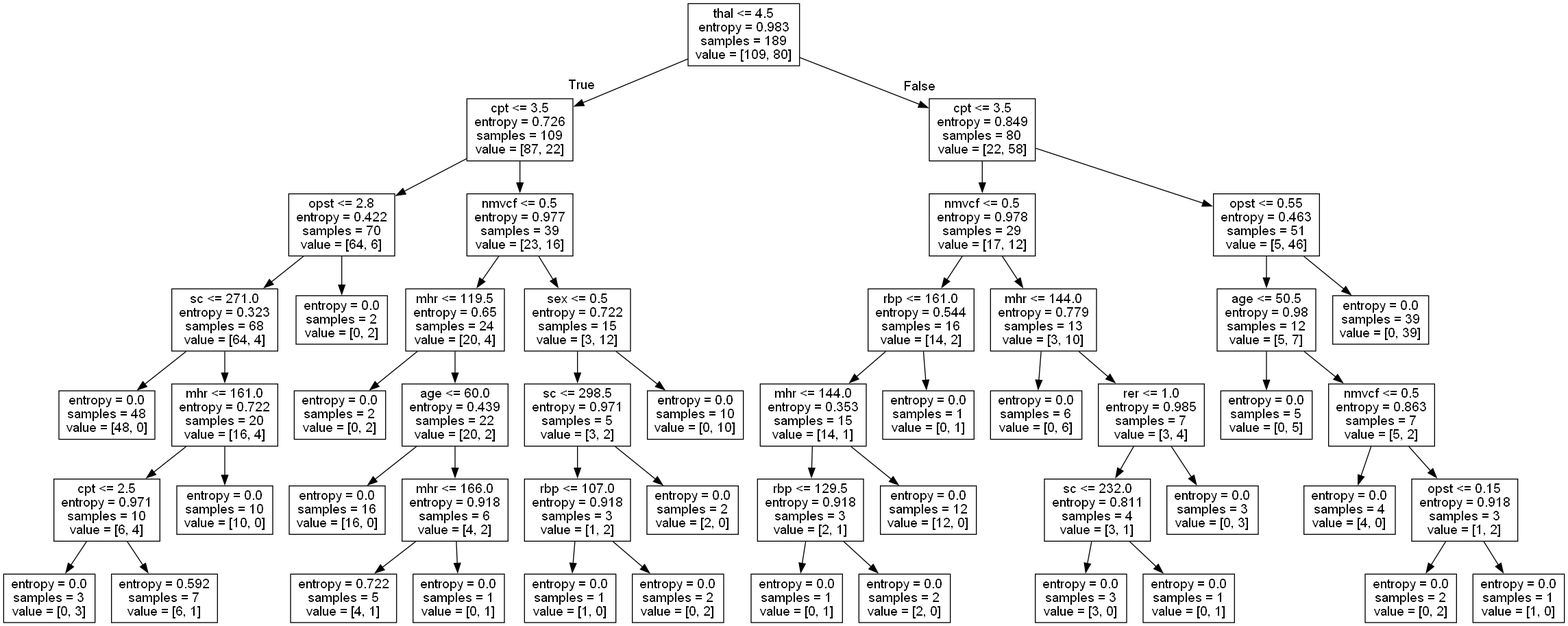
This is projects/proj-1/tree.dot.png from ahmedsomaa/python-for-rapid-engineering-solutions, a Graphviz export, as it was before one commit. Its source is kept beside it as projects/proj-1/tree.dot. Source of this version:
```dot
digraph Tree {
node [shape=box, fontname="helvetica"] ;
edge [fontname="helvetica"] ;
0 [label="thal <= 4.5\nentropy = 0.983\nsamples = 189\nvalue = [109, 80]"] ;
1 [label="cpt <= 3.5\nentropy = 0.726\nsamples = 109\nvalue = [87, 22]"] ;
0 -> 1 [labeldistance=2.5, labelangle=45, headlabel="True"] ;
2 [label="opst <= 2.8\nentropy = 0.422\nsamples = 70\nvalue = [64, 6]"] ;
1 -> 2 ;
3 [label="sc <= 271.0\nentropy = 0.323\nsamples = 68\nvalue = [64, 4]"] ;
2 -> 3 ;
4 [label="entropy = 0.0\nsamples = 48\nvalue = [48, 0]"] ;
3 -> 4 ;
5 [label="mhr <= 161.0\nentropy = 0.722\nsamples = 20\nvalue = [16, 4]"] ;
3 -> 5 ;
6 [label="cpt <= 2.5\nentropy = 0.971\nsamples = 10\nvalue = [6, 4]"] ;
5 -> 6 ;
7 [label="entropy = 0.0\nsamples = 3\nvalue = [0, 3]"] ;
6 -> 7 ;
8 [label="entropy = 0.592\nsamples = 7\nvalue = [6, 1]"] ;
6 -> 8 ;
9 [label="entropy = 0.0\nsamples = 10\nvalue = [10, 0]"] ;
5 -> 9 ;
10 [label="entropy = 0.0\nsamples = 2\nvalue = [0, 2]"] ;
2 -> 10 ;
11 [label="nmvcf <= 0.5\nentropy = 0.977\nsamples = 39\nvalue = [23, 16]"] ;
1 -> 11 ;
12 [label="mhr <= 119.5\nentropy = 0.65\nsamples = 24\nvalue = [20, 4]"] ;
11 -> 12 ;
13 [label="entropy = 0.0\nsamples = 2\nvalue = [0, 2]"] ;
12 -> 13 ;
14 [label="age <= 60.0\nentropy = 0.439\nsamples = 22\nvalue = [20, 2]"] ;
12 -> 14 ;
15 [label="entropy = 0.0\nsamples = 16\nvalue = [16, 0]"] ;
14 -> 15 ;
16 [label="mhr <= 166.0\nentropy = 0.918\nsamples = 6\nvalue = [4, 2]"] ;
14 -> 16 ;
17 [label="entropy = 0.722\nsamples = 5\nvalue = [4, 1]"] ;
16 -> 17 ;
18 [label="entropy = 0.0\nsamples = 1\nvalue = [0, 1]"] ;
16 -> 18 ;
19 [label="sex <= 0.5\nentropy = 0.722\nsamples = 15\nvalue = [3, 12]"] ;
11 -> 19 ;
20 [label="sc <= 298.5\nentropy = 0.971\nsamples = 5\nvalue = [3, 2]"] ;
19 -> 20 ;
21 [label="rbp <= 107.0\nentropy = 0.918\nsamples = 3\nvalue = [1, 2]"] ;
20 -> 21 ;
22 [label="entropy = 0.0\nsamples = 1\nvalue = [1, 0]"] ;
21 -> 22 ;
23 [label="entropy = 0.0\nsamples = 2\nvalue = [0, 2]"] ;
21 -> 23 ;
24 [label="entropy = 0.0\nsamples = 2\nvalue = [2, 0]"] ;
20 -> 24 ;
25 [label="entropy = 0.0\nsamples = 10\nvalue = [0, 10]"] ;
19 -> 25 ;
26 [label="cpt <= 3.5\nentropy = 0.849\nsamples = 80\nvalue = [22, 58]"] ;
0 -> 26 [labeldistance=2.5, labelangle=-45, headlabel="False"] ;
27 [label="nmvcf <= 0.5\nentropy = 0.978\nsamples = 29\nvalue = [17, 12]"] ;
26 -> 27 ;
28 [label="rbp <= 161.0\nentropy = 0.544\nsamples = 16\nvalue = [14, 2]"] ;
27 -> 28 ;
29 [label="mhr <= 144.0\nentropy = 0.353\nsamples = 15\nvalue = [14, 1]"] ;
28 -> 29 ;
30 [label="rbp <= 129.5\nentropy = 0.918\nsamples = 3\nvalue = [2, 1]"] ;
29 -> 30 ;
31 [label="entropy = 0.0\nsamples = 1\nvalue = [0, 1]"] ;
30 -> 31 ;
32 [label="entropy = 0.0\nsamples = 2\nvalue = [2, 0]"] ;
30 -> 32 ;
33 [label="entropy = 0.0\nsamples = 12\nvalue = [12, 0]"] ;
29 -> 33 ;
34 [label="entropy = 0.0\nsamples = 1\nvalue = [0, 1]"] ;
28 -> 34 ;
35 [label="mhr <= 144.0\nentropy = 0.779\nsamples = 13\nvalue = [3, 10]"] ;
27 -> 35 ;
36 [label="entropy = 0.0\nsamples = 6\nvalue = [0, 6]"] ;
35 -> 36 ;
37 [label="rer <= 1.0\nentropy = 0.985\nsamples = 7\nvalue = [3, 4]"] ;
35 -> 37 ;
38 [label="sc <= 232.0\nentropy = 0.811\nsamples = 4\nvalue = [3, 1]"] ;
37 -> 38 ;
39 [label="entropy = 0.0\nsamples = 3\nvalue = [3, 0]"] ;
38 -> 39 ;
40 [label="entropy = 0.0\nsamples = 1\nvalue = [0, 1]"] ;
38 -> 40 ;
41 [label="entropy = 0.0\nsamples = 3\nvalue = [0, 3]"] ;
37 -> 41 ;
42 [label="opst <= 0.55\nentropy = 0.463\nsamples = 51\nvalue = [5, 46]"] ;
26 -> 42 ;
43 [label="age <= 50.5\nentropy = 0.98\nsamples = 12\nvalue = [5, 7]"] ;
42 -> 43 ;
44 [label="entropy = 0.0\nsamples = 5\nvalue = [0, 5]"] ;
43 -> 44 ;
45 [label="nmvcf <= 0.5\nentropy = 0.863\nsamples = 7\nvalue = [5, 2]"] ;
43 -> 45 ;
46 [label="entropy = 0.0\nsamples = 4\nvalue = [4, 0]"] ;
45 -> 46 ;
47 [label="opst <= 0.15\nentropy = 0.918\nsamples = 3\nvalue = [1, 2]"] ;
45 -> 47 ;
48 [label="entropy = 0.0\nsamples = 2\nvalue = [0, 2]"] ;
47 -> 48 ;
49 [label="entropy = 0.0\nsamples = 1\nvalue = [1, 0]"] ;
47 -> 49 ;
50 [label="entropy = 0.0\nsamples = 39\nvalue = [0, 39]"] ;
42 -> 50 ;
}
```
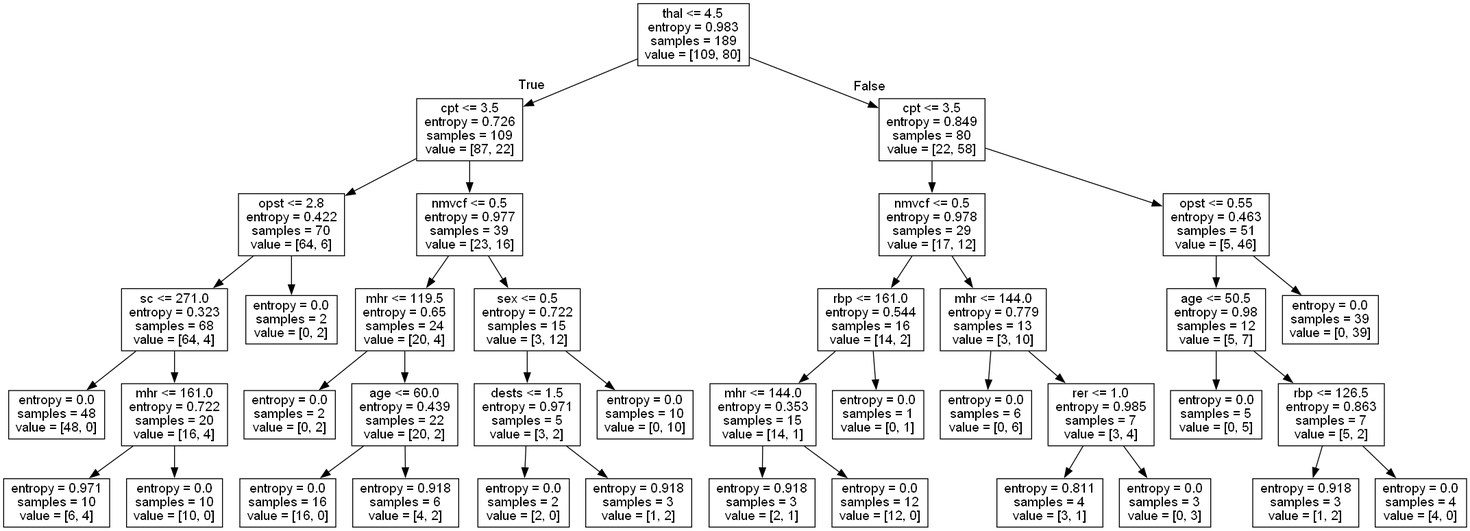
After the commit.

The edit, as a diff of the source:
```diff
@@ -12,94 +12,70 @@
 3 -> 4 ;
 5 [label="mhr <= 161.0\nentropy = 0.722\nsamples = 20\nvalue = [16, 4]"] ;
 3 -> 5 ;
-6 [label="cpt <= 2.5\nentropy = 0.971\nsamples = 10\nvalue = [6, 4]"] ;
+6 [label="entropy = 0.971\nsamples = 10\nvalue = [6, 4]"] ;
 5 -> 6 ;
-7 [label="entropy = 0.0\nsamples = 3\nvalue = [0, 3]"] ;
-6 -> 7 ;
-8 [label="entropy = 0.592\nsamples = 7\nvalue = [6, 1]"] ;
-6 -> 8 ;
-9 [label="entropy = 0.0\nsamples = 10\nvalue = [10, 0]"] ;
-5 -> 9 ;
-10 [label="entropy = 0.0\nsamples = 2\nvalue = [0, 2]"] ;
-2 -> 10 ;
-11 [label="nmvcf <= 0.5\nentropy = 0.977\nsamples = 39\nvalue = [23, 16]"] ;
-1 -> 11 ;
-12 [label="mhr <= 119.5\nentropy = 0.65\nsamples = 24\nvalue = [20, 4]"] ;
-11 -> 12 ;
-13 [label="entropy = 0.0\nsamples = 2\nvalue = [0, 2]"] ;
+7 [label="entropy = 0.0\nsamples = 10\nvalue = [10, 0]"] ;
+5 -> 7 ;
+8 [label="entropy = 0.0\nsamples = 2\nvalue = [0, 2]"] ;
+2 -> 8 ;
+9 [label="nmvcf <= 0.5\nentropy = 0.977\nsamples = 39\nvalue = [23, 16]"] ;
+1 -> 9 ;
+10 [label="mhr <= 119.5\nentropy = 0.65\nsamples = 24\nvalue = [20, 4]"] ;
+9 -> 10 ;
+11 [label="entropy = 0.0\nsamples = 2\nvalue = [0, 2]"] ;
+10 -> 11 ;
+12 [label="age <= 60.0\nentropy = 0.439\nsamples = 22\nvalue = [20, 2]"] ;
+10 -> 12 ;
+13 [label="entropy = 0.0\nsamples = 16\nvalue = [16, 0]"] ;
 12 -> 13 ;
-14 [label="age <= 60.0\nentropy = 0.439\nsamples = 22\nvalue = [20, 2]"] ;
+14 [label="entropy = 0.918\nsamples = 6\nvalue = [4, 2]"] ;
 12 -> 14 ;
-15 [label="entropy = 0.0\nsamples = 16\nvalue = [16, 0]"] ;
-14 -> 15 ;
-16 [label="mhr <= 166.0\nentropy = 0.918\nsamples = 6\nvalue = [4, 2]"] ;
-14 -> 16 ;
-17 [label="entropy = 0.722\nsamples = 5\nvalue = [4, 1]"] ;
+15 [label="sex <= 0.5\nentropy = 0.722\nsamples = 15\nvalue = [3, 12]"] ;
+9 -> 15 ;
+16 [label="dests <= 1.5\nentropy = 0.971\nsamples = 5\nvalue = [3, 2]"] ;
+15 -> 16 ;
+17 [label="entropy = 0.0\nsamples = 2\nvalue = [2, 0]"] ;
 16 -> 17 ;
-18 [label="entropy = 0.0\nsamples = 1\nvalue = [0, 1]"] ;
+18 [label="entropy = 0.918\nsamples = 3\nvalue = [1, 2]"] ;
 16 -> 18 ;
-19 [label="sex <= 0.5\nentropy = 0.722\nsamples = 15\nvalue = [3, 12]"] ;
-11 -> 19 ;
-20 [label="sc <= 298.5\nentropy = 0.971\nsamples = 5\nvalue = [3, 2]"] ;
-19 -> 20 ;
-21 [label="rbp <= 107.0\nentropy = 0.918\nsamples = 3\nvalue = [1, 2]"] ;
+19 [label="entropy = 0.0\nsamples = 10\nvalue = [0, 10]"] ;
+15 -> 19 ;
+20 [label="cpt <= 3.5\nentropy = 0.849\nsamples = 80\nvalue = [22, 58]"] ;
+0 -> 20 [labeldistance=2.5, labelangle=-45, headlabel="False"] ;
+21 [label="nmvcf <= 0.5\nentropy = 0.978\nsamples = 29\nvalue = [17, 12]"] ;
 20 -> 21 ;
-22 [label="entropy = 0.0\nsamples = 1\nvalue = [1, 0]"] ;
+22 [label="rbp <= 161.0\nentropy = 0.544\nsamples = 16\nvalue = [14, 2]"] ;
 21 -> 22 ;
-23 [label="entropy = 0.0\nsamples = 2\nvalue = [0, 2]"] ;
-21 -> 23 ;
-24 [label="entropy = 0.0\nsamples = 2\nvalue = [2, 0]"] ;
-20 -> 24 ;
-25 [label="entropy = 0.0\nsamples = 10\nvalue = [0, 10]"] ;
-19 -> 25 ;
-26 [label="cpt <= 3.5\nentropy = 0.849\nsamples = 80\nvalue = [22, 58]"] ;
-0 -> 26 [labeldistance=2.5, labelangle=-45, headlabel="False"] ;
-27 [label="nmvcf <= 0.5\nentropy = 0.978\nsamples = 29\nvalue = [17, 12]"] ;
-26 -> 27 ;
-28 [label="rbp <= 161.0\nentropy = 0.544\nsamples = 16\nvalue = [14, 2]"] ;
+23 [label="mhr <= 144.0\nentropy = 0.353\nsamples = 15\nvalue = [14, 1]"] ;
+22 -> 23 ;
+24 [label="entropy = 0.918\nsamples = 3\nvalue = [2, 1]"] ;
+23 -> 24 ;
+25 [label="entropy = 0.0\nsamples = 12\nvalue = [12, 0]"] ;
+23 -> 25 ;
+26 [label="entropy = 0.0\nsamples = 1\nvalue = [0, 1]"] ;
+22 -> 26 ;
+27 [label="mhr <= 144.0\nentropy = 0.779\nsamples = 13\nvalue = [3, 10]"] ;
+21 -> 27 ;
+28 [label="entropy = 0.0\nsamples = 6\nvalue = [0, 6]"] ;
 27 -> 28 ;
-29 [label="mhr <= 144.0\nentropy = 0.353\nsamples = 15\nvalue = [14, 1]"] ;
-28 -> 29 ;
-30 [label="rbp <= 129.5\nentropy = 0.918\nsamples = 3\nvalue = [2, 1]"] ;
+29 [label="rer <= 1.0\nentropy = 0.985\nsamples = 7\nvalue = [3, 4]"] ;
+27 -> 29 ;
+30 [label="entropy = 0.811\nsamples = 4\nvalue = [3, 1]"] ;
 29 -> 30 ;
-31 [label="entropy = 0.0\nsamples = 1\nvalue = [0, 1]"] ;
-30 -> 31 ;
-32 [label="entropy = 0.0\nsamples = 2\nvalue = [2, 0]"] ;
-30 -> 32 ;
-33 [label="entropy = 0.0\nsamples = 12\nvalue = [12, 0]"] ;
-29 -> 33 ;
-34 [label="entropy = 0.0\nsamples = 1\nvalue = [0, 1]"] ;
-28 -> 34 ;
-35 [label="mhr <= 144.0\nentropy = 0.779\nsamples = 13\nvalue = [3, 10]"] ;
-27 -> 35 ;
-36 [label="entropy = 0.0\nsamples = 6\nvalue = [0, 6]"] ;
+31 [label="entropy = 0.0\nsamples = 3\nvalue = [0, 3]"] ;
+29 -> 31 ;
+32 [label="opst <= 0.55\nentropy = 0.463\nsamples = 51\nvalue = [5, 46]"] ;
+20 -> 32 ;
+33 [label="age <= 50.5\nentropy = 0.98\nsamples = 12\nvalue = [5, 7]"] ;
+32 -> 33 ;
+34 [label="entropy = 0.0\nsamples = 5\nvalue = [0, 5]"] ;
+33 -> 34 ;
+35 [label="rbp <= 126.5\nentropy = 0.863\nsamples = 7\nvalue = [5, 2]"] ;
+33 -> 35 ;
+36 [label="entropy = 0.918\nsamples = 3\nvalue = [1, 2]"] ;
 35 -> 36 ;
-37 [label="rer <= 1.0\nentropy = 0.985\nsamples = 7\nvalue = [3, 4]"] ;
+37 [label="entropy = 0.0\nsamples = 4\nvalue = [4, 0]"] ;
 35 -> 37 ;
-38 [label="sc <= 232.0\nentropy = 0.811\nsamples = 4\nvalue = [3, 1]"] ;
-37 -> 38 ;
-39 [label="entropy = 0.0\nsamples = 3\nvalue = [3, 0]"] ;
-38 -> 39 ;
-40 [label="entropy = 0.0\nsamples = 1\nvalue = [0, 1]"] ;
-38 -> 40 ;
-41 [label="entropy = 0.0\nsamples = 3\nvalue = [0, 3]"] ;
-37 -> 41 ;
-42 [label="opst <= 0.55\nentropy = 0.463\nsamples = 51\nvalue = [5, 46]"] ;
-26 -> 42 ;
-43 [label="age <= 50.5\nentropy = 0.98\nsamples = 12\nvalue = [5, 7]"] ;
-42 -> 43 ;
-44 [label="entropy = 0.0\nsamples = 5\nvalue = [0, 5]"] ;
-43 -> 44 ;
-45 [label="nmvcf <= 0.5\nentropy = 0.863\nsamples = 7\nvalue = [5, 2]"] ;
-43 -> 45 ;
-46 [label="entropy = 0.0\nsamples = 4\nvalue = [4, 0]"] ;
-45 -> 46 ;
-47 [label="opst <= 0.15\nentropy = 0.918\nsamples = 3\nvalue = [1, 2]"] ;
-45 -> 47 ;
-48 [label="entropy = 0.0\nsamples = 2\nvalue = [0, 2]"] ;
-47 -> 48 ;
-49 [label="entropy = 0.0\nsamples = 1\nvalue = [1, 0]"] ;
-47 -> 49 ;
-50 [label="entropy = 0.0\nsamples = 39\nvalue = [0, 39]"] ;
-42 -> 50 ;
+38 [label="entropy = 0.0\nsamples = 39\nvalue = [0, 39]"] ;
+32 -> 38 ;
 }
```
